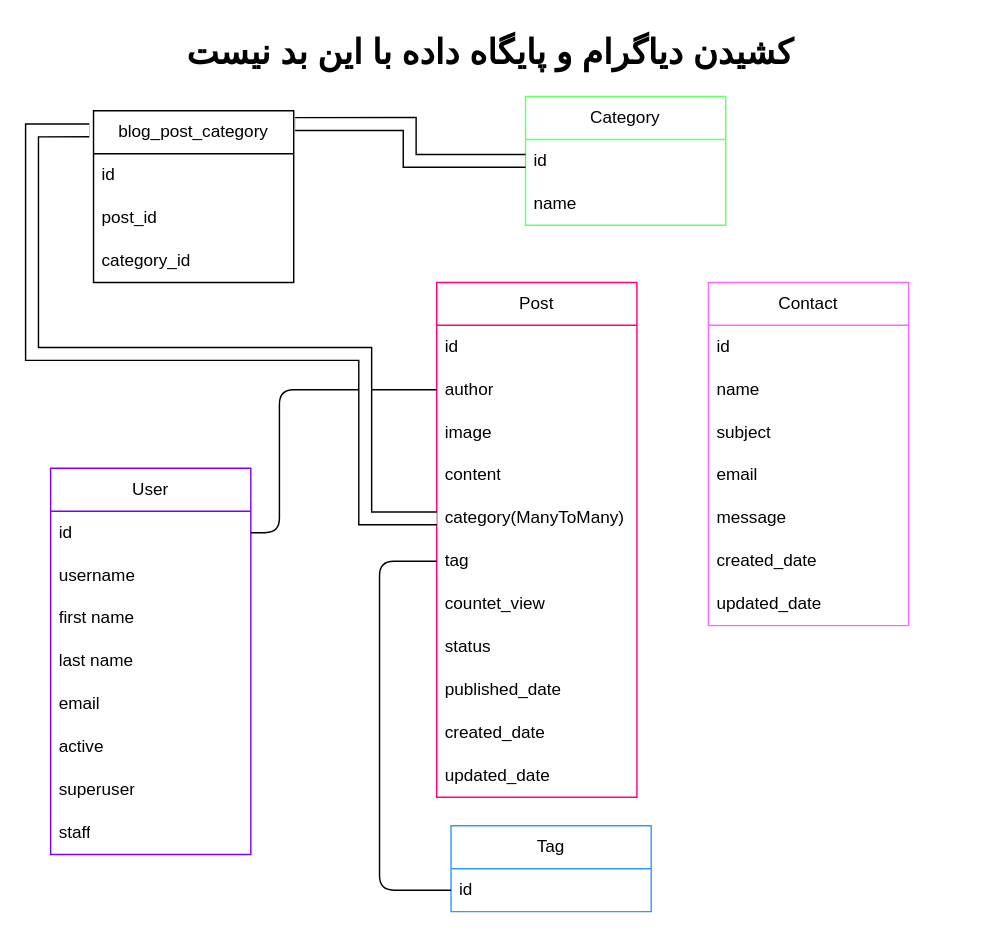
Earlier version of the draw.io diagram my.drawio (malekian78/dj_site1). Source tidied: cells renumbered, new cells numbered last; positions are measured from the earlier drawing's top-left corner, leaving out a move shared by most shapes. Both pictures are drawn from the tidied source at 143%, with x=0, y=0 at pixel (31, 24).
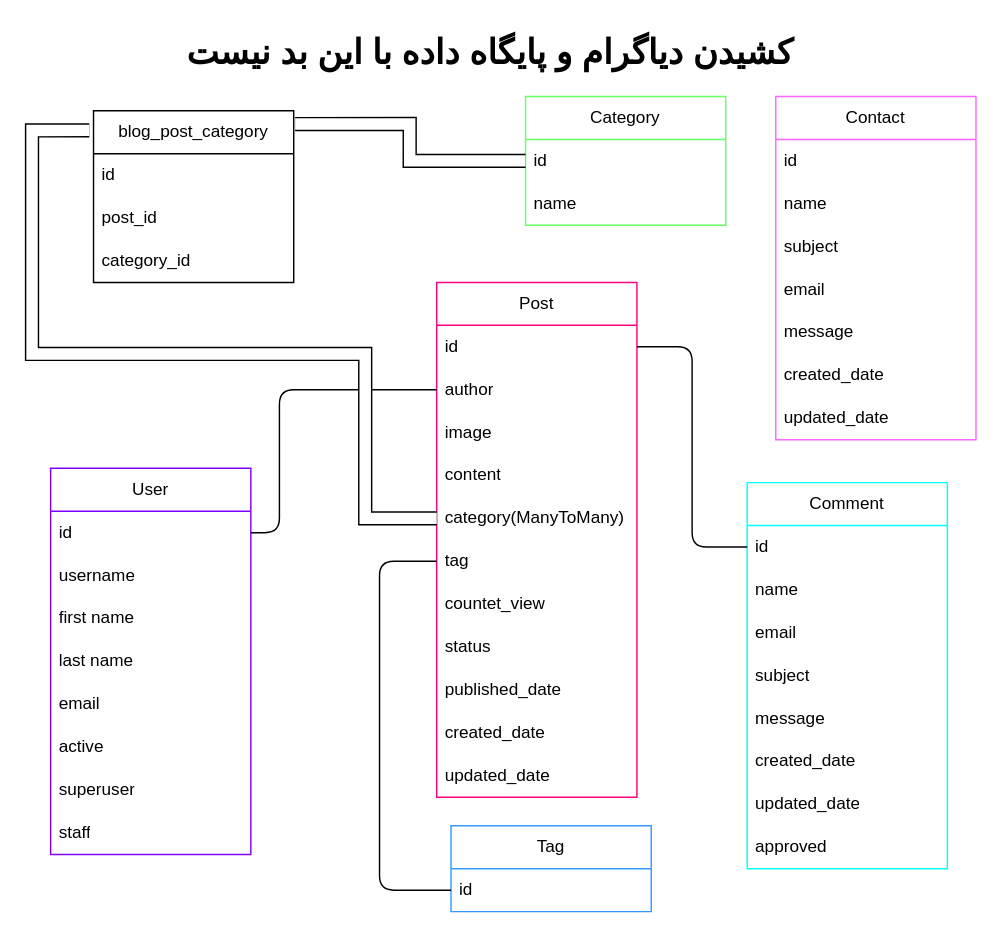
Above is the later version.

Commit message (it also covers changes not shown here):
adding Comment Model

Unchanged cells that the change refers to:
```xml
<mxCell id="4" value="id" style="text;strokeColor=none;fillColor=none;align=left;verticalAlign=middle;spacingLeft=4;spacingRight=4;overflow=hidden;points=[[0,0.5],[1,0.5]];portConstraint=eastwest;whiteSpace=wrap;html=1;" parent="3" vertex="1">
  <mxGeometry y="30" width="140" height="30" as="geometry" />
</mxCell>
```

The edit, as a diff of the source:
```diff
@@
     <mxCell id="20" value="Contact" style="swimlane;fontStyle=0;horizontal=1;startSize=30;whiteSpace=wrap;html=1;strokeColor=#FF66FF;" parent="1" vertex="1">
-      <mxGeometry x="472.9" y="180" width="140" height="240" as="geometry" />
+      <mxGeometry x="520" y="50" width="140" height="240" as="geometry" />
     </mxCell>
@@
+    <mxCell id="45" value="Comment" style="swimlane;fontStyle=0;horizontal=1;startSize=30;whiteSpace=wrap;html=1;strokeColor=#00FFFF;" parent="1" vertex="1">
+      <mxGeometry x="500" y="320" width="140" height="270" as="geometry" />
+    </mxCell>
+    <mxCell id="46" value="id" style="text;strokeColor=none;fillColor=none;align=left;verticalAlign=middle;spacingLeft=4;spacingRight=4;overflow=hidden;points=[[0,0.5],[1,0.5]];portConstraint=eastwest;whiteSpace=wrap;html=1;" parent="45" vertex="1">
+      <mxGeometry y="30" width="140" height="30" as="geometry" />
+    </mxCell>
+    <mxCell id="47" value="name" style="text;strokeColor=none;fillColor=none;align=left;verticalAlign=middle;spacingLeft=4;spacingRight=4;overflow=hidden;whiteSpace=wrap;html=1;" parent="45" vertex="1">
+      <mxGeometry y="60" width="140" height="30" as="geometry" />
+    </mxCell>
+    <mxCell id="48" value="email" style="text;strokeColor=none;fillColor=none;align=left;verticalAlign=middle;spacingLeft=4;spacingRight=4;overflow=hidden;whiteSpace=wrap;html=1;" parent="45" vertex="1">
+      <mxGeometry y="90" width="140" height="30" as="geometry" />
+    </mxCell>
+    <mxCell id="49" value="subject" style="text;strokeColor=none;fillColor=none;align=left;verticalAlign=middle;spacingLeft=4;spacingRight=4;overflow=hidden;whiteSpace=wrap;html=1;" parent="45" vertex="1">
+      <mxGeometry y="120" width="140" height="30" as="geometry" />
+    </mxCell>
+    <mxCell id="50" value="message" style="text;strokeColor=none;fillColor=none;align=left;verticalAlign=middle;spacingLeft=4;spacingRight=4;overflow=hidden;whiteSpace=wrap;html=1;" parent="45" vertex="1">
+      <mxGeometry y="150" width="140" height="30" as="geometry" />
+    </mxCell>
+    <mxCell id="51" value="created_date" style="text;strokeColor=none;fillColor=none;align=left;verticalAlign=middle;spacingLeft=4;spacingRight=4;overflow=hidden;whiteSpace=wrap;html=1;" parent="45" vertex="1">
+      <mxGeometry y="180" width="140" height="30" as="geometry" />
+    </mxCell>
+    <mxCell id="52" value="updated_date" style="text;strokeColor=none;fillColor=none;align=left;verticalAlign=middle;spacingLeft=4;spacingRight=4;overflow=hidden;whiteSpace=wrap;html=1;" parent="45" vertex="1">
+      <mxGeometry y="210" width="140" height="30" as="geometry" />
+    </mxCell>
+    <mxCell id="53" value="approved" style="text;strokeColor=none;fillColor=none;align=left;verticalAlign=middle;spacingLeft=4;spacingRight=4;overflow=hidden;whiteSpace=wrap;html=1;" parent="45" vertex="1">
+      <mxGeometry y="240" width="140" height="30" as="geometry" />
+    </mxCell>
+    <mxCell id="54" style="endArrow=none;html=1;entryX=0;entryY=0.5;entryDx=0;entryDy=0;exitX=1;exitY=0.5;exitDx=0;exitDy=0;edgeStyle=orthogonalEdgeStyle;" parent="1" edge="1" source="4" target="46">
+      <mxGeometry relative="1" as="geometry" />
+    </mxCell>
```
